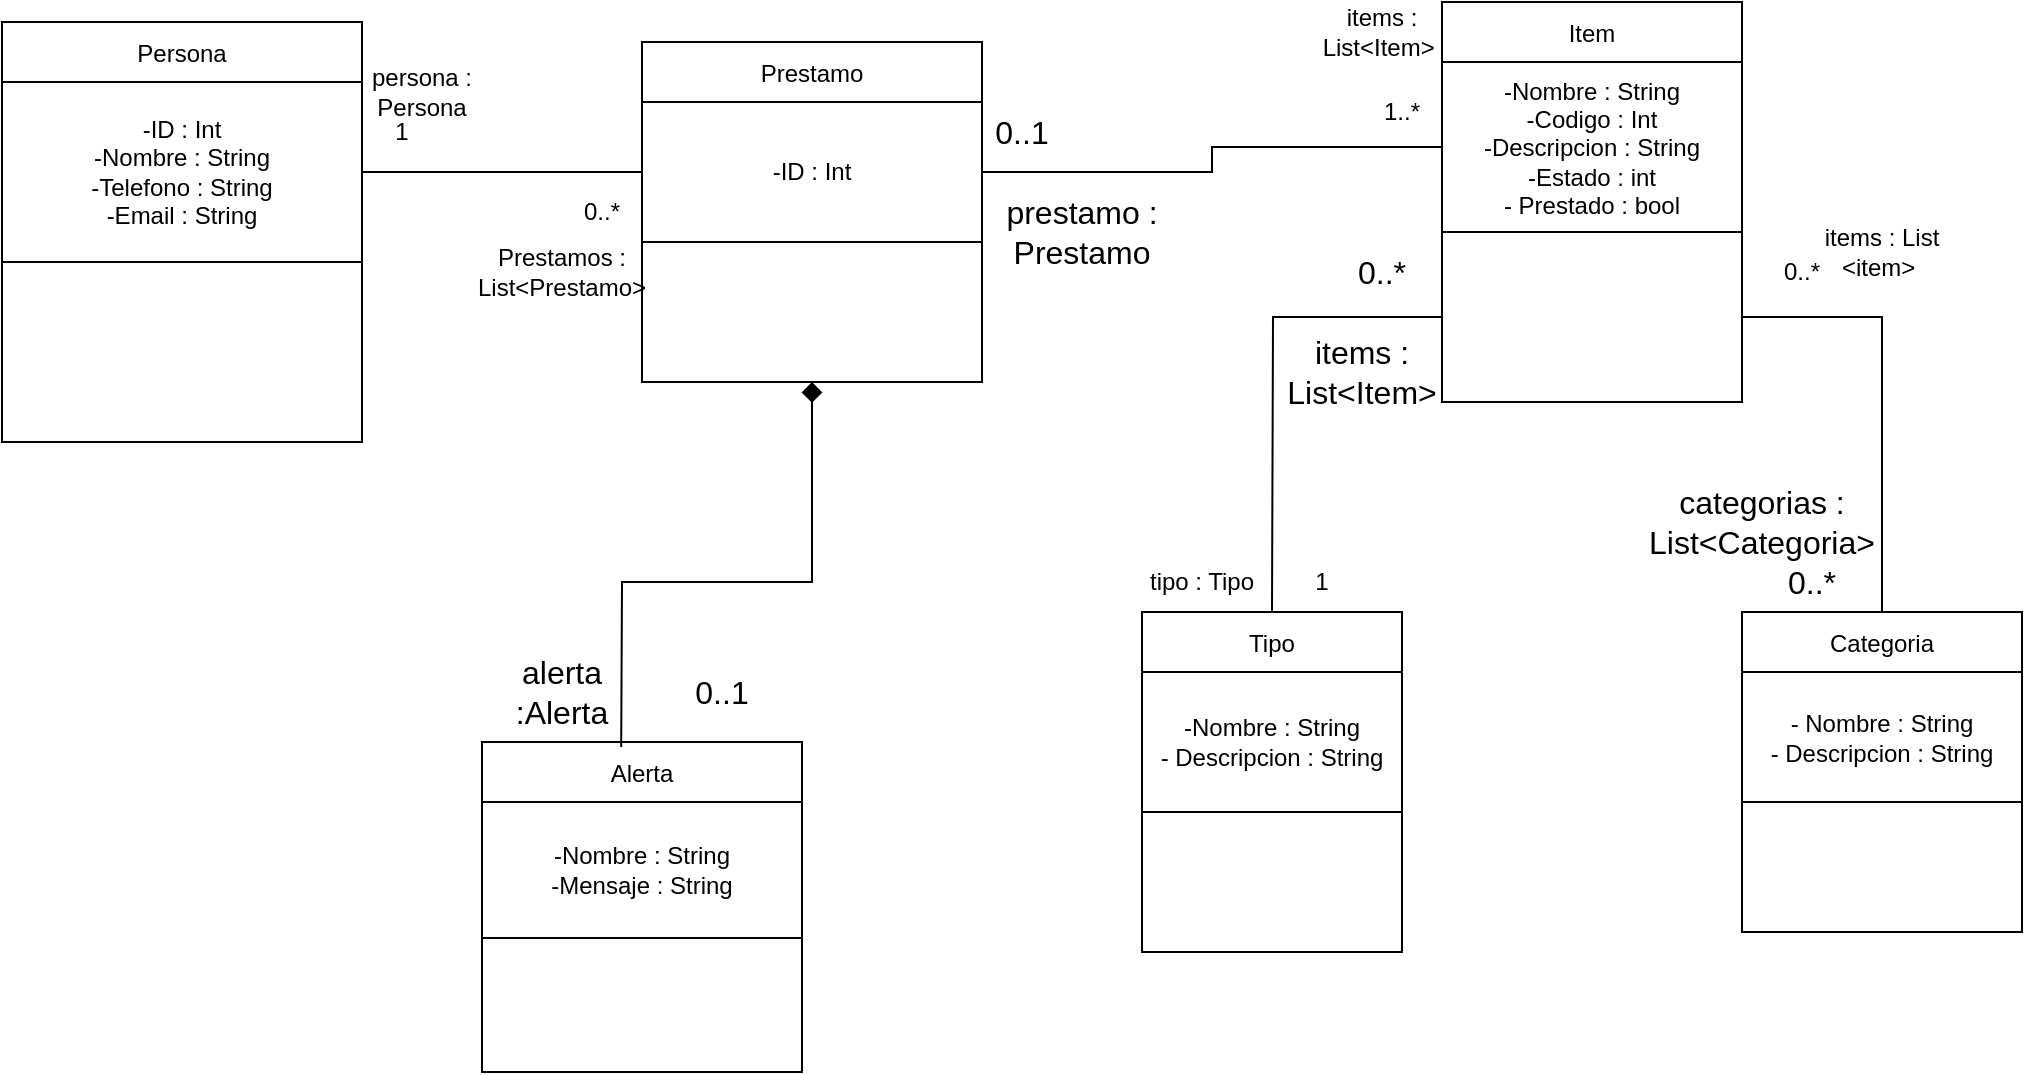
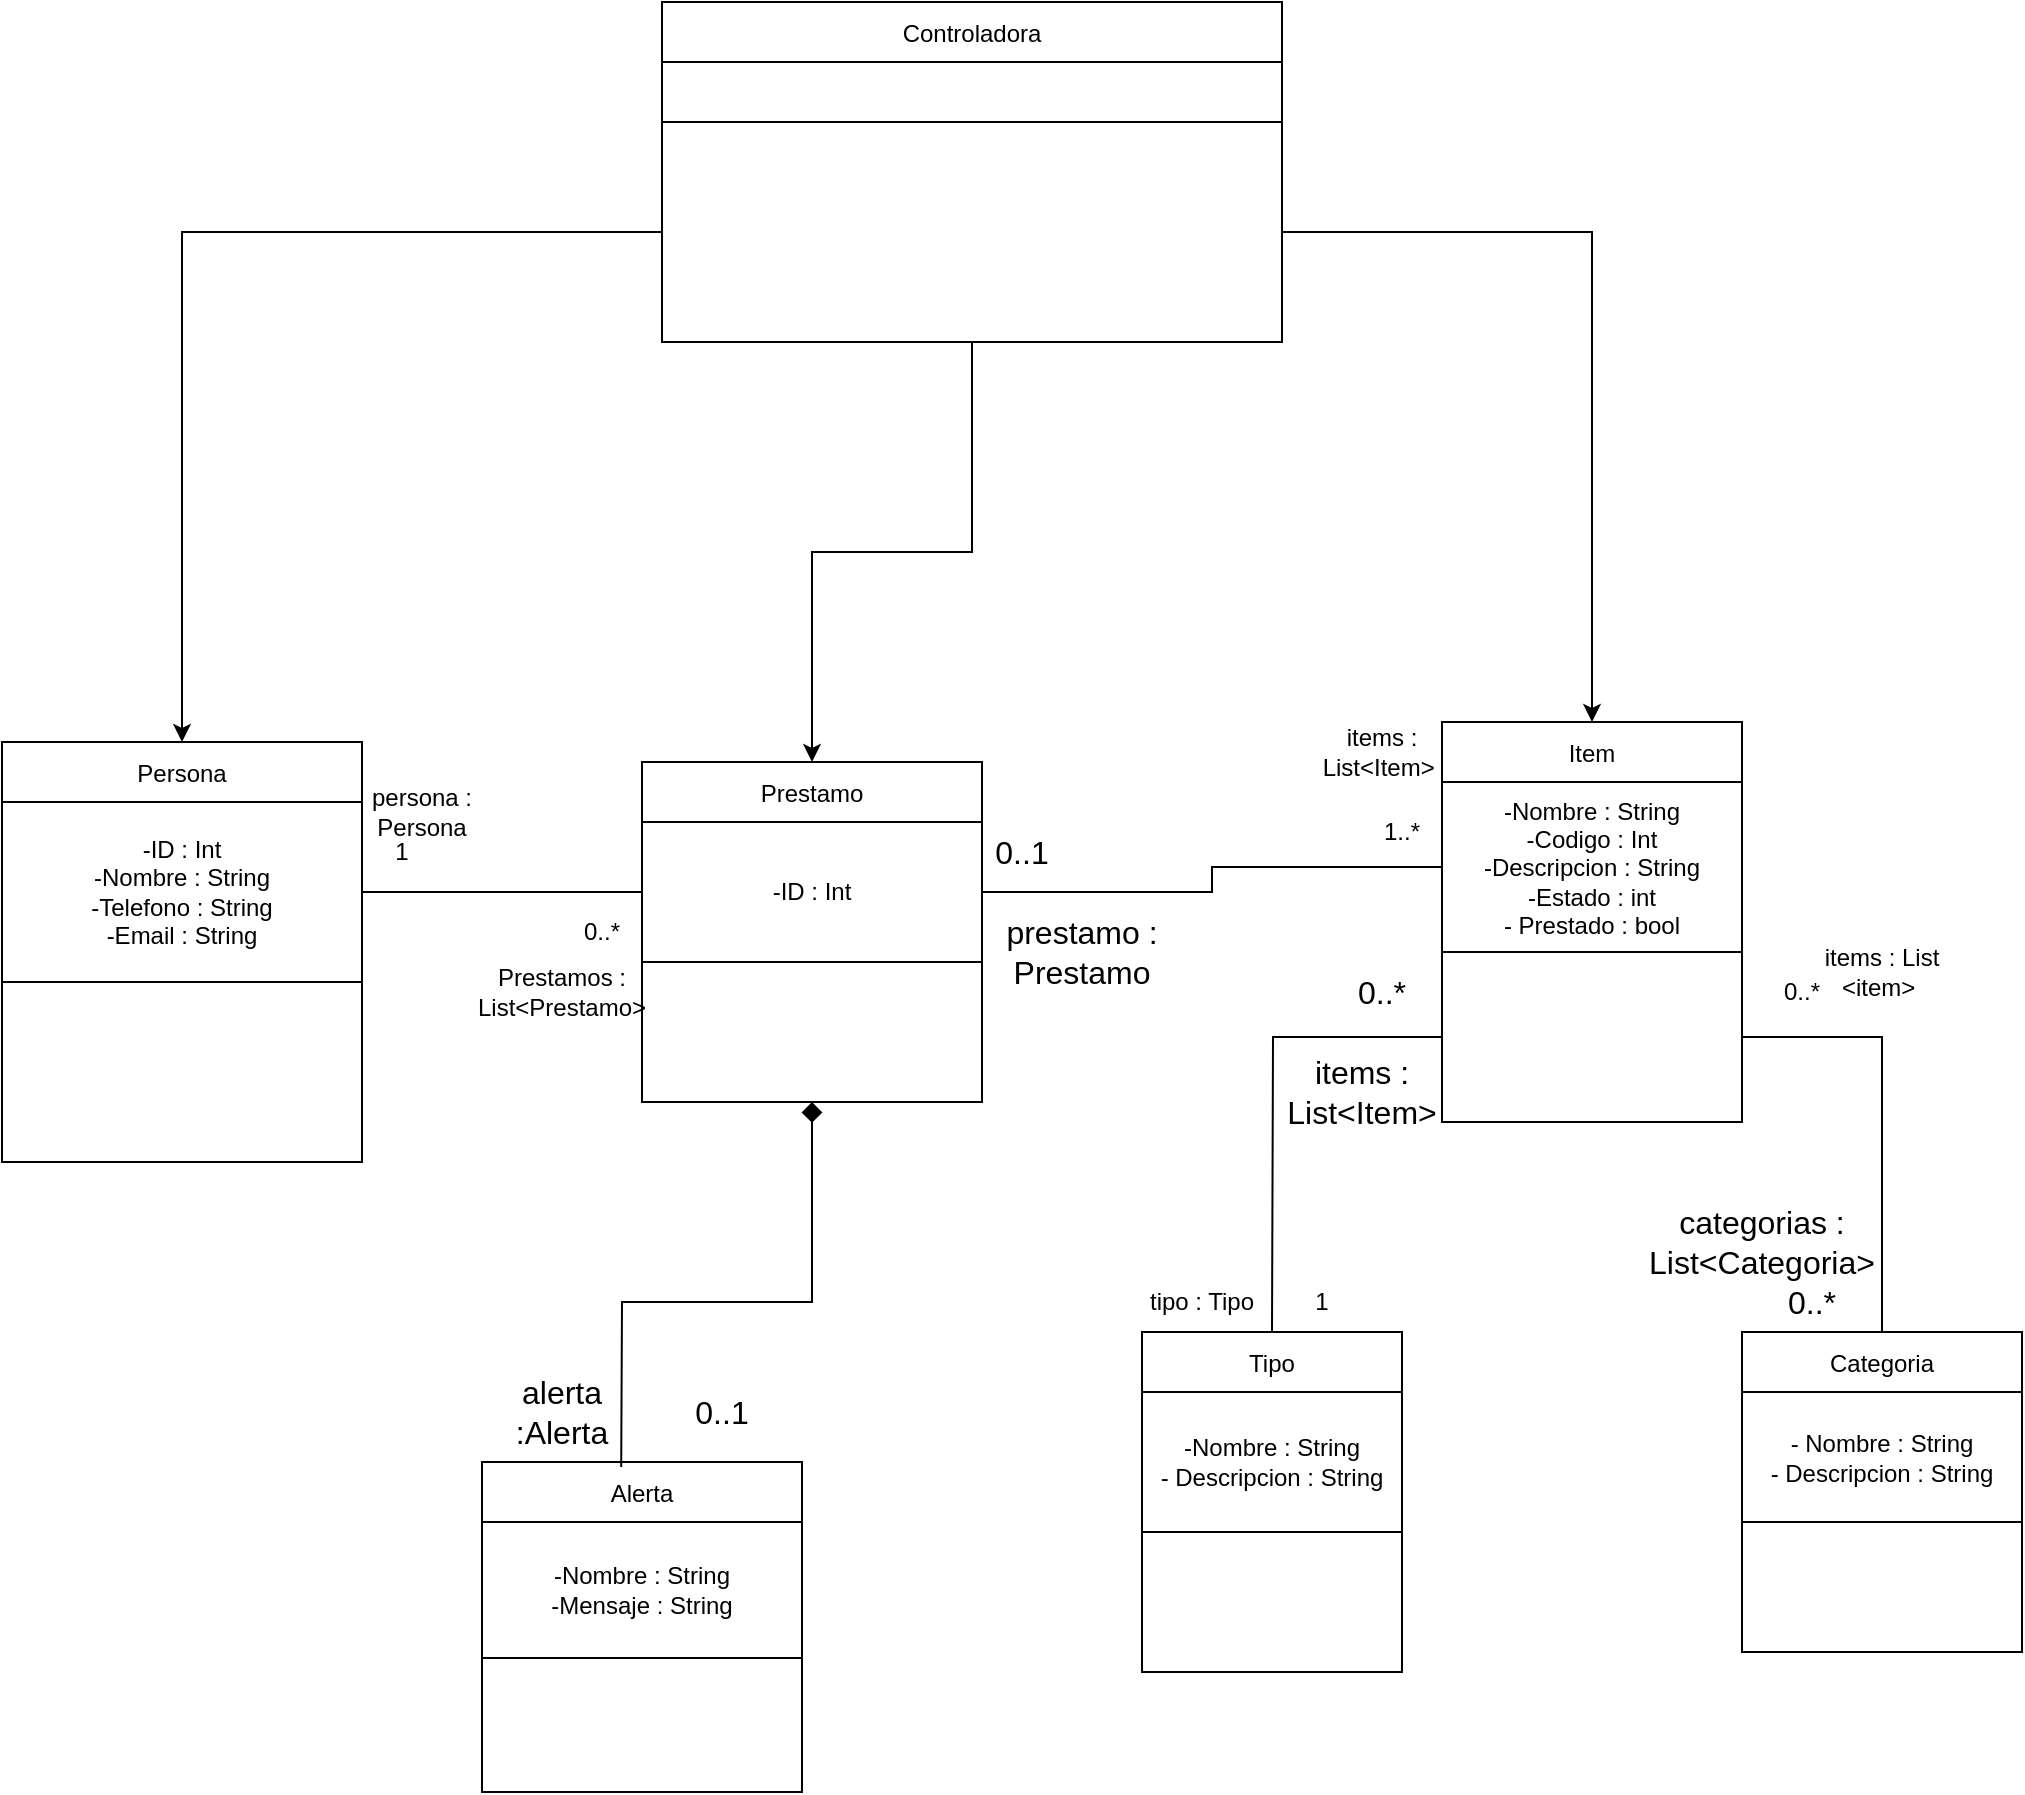
<mxfile host="app.diagrams.net">
  <diagram name="Página-1" id="gEKF-afSuJBGgSwqPxjD">
-     <mxGraphModel dx="1037" dy="571" grid="1" gridSize="10" guides="1" tooltips="1" connect="1" arrows="1" fold="1" page="1" pageScale="1" pageWidth="827" pageHeight="1169" math="0" shadow="0">
+     <mxGraphModel dx="1407" dy="1943" grid="1" gridSize="10" guides="1" tooltips="1" connect="1" arrows="1" fold="1" page="1" pageScale="1" pageWidth="827" pageHeight="1169" math="0" shadow="0">
      <root>
        <mxCell id="0" />
        <mxCell id="1" parent="0" />
        <mxCell id="4vyR8nRWui6VSePEdvpd-1" parent="1" style="shape=table;startSize=30;container=1;collapsible=0;childLayout=tableLayout;fixedHeader=1;" value="Item" vertex="1">
          <mxGeometry height="200" width="150" x="740" y="30" as="geometry" />
        </mxCell>
        <mxCell id="4vyR8nRWui6VSePEdvpd-2" parent="4vyR8nRWui6VSePEdvpd-1" style="shape=tableRow;horizontal=0;startSize=0;swimlaneHead=0;swimlaneBody=0;strokeColor=inherit;top=0;left=0;bottom=0;right=0;collapsible=0;dropTarget=0;fillColor=none;points=[[0,0.5],[1,0.5]];portConstraint=eastwest;fixedHeader=1;" value="" vertex="1">
          <mxGeometry height="85" width="150" y="30" as="geometry" />
        </mxCell>
        <mxCell id="4vyR8nRWui6VSePEdvpd-3" parent="4vyR8nRWui6VSePEdvpd-2" style="shape=partialRectangle;html=1;whiteSpace=wrap;connectable=0;strokeColor=inherit;overflow=hidden;fillColor=none;top=0;left=0;bottom=0;right=0;pointerEvents=1;" value="-Nombre : String&lt;div&gt;-Codigo : Int&lt;/div&gt;&lt;div&gt;-Descripcion : String&lt;br&gt;-Estado : int&lt;br&gt;- Prestado : bool&lt;/div&gt;" vertex="1">
          <mxGeometry height="85" width="150" as="geometry">
            <mxRectangle height="85" width="150" as="alternateBounds" />
          </mxGeometry>
        </mxCell>
        <mxCell id="4vyR8nRWui6VSePEdvpd-4" parent="4vyR8nRWui6VSePEdvpd-1" style="shape=tableRow;horizontal=0;startSize=0;swimlaneHead=0;swimlaneBody=0;strokeColor=inherit;top=0;left=0;bottom=0;right=0;collapsible=0;dropTarget=0;fillColor=none;points=[[0,0.5],[1,0.5]];portConstraint=eastwest;fixedHeader=1;" value="" vertex="1">
          <mxGeometry height="85" width="150" y="115" as="geometry" />
        </mxCell>
        <mxCell id="4vyR8nRWui6VSePEdvpd-5" parent="4vyR8nRWui6VSePEdvpd-4" style="shape=partialRectangle;html=1;whiteSpace=wrap;connectable=0;strokeColor=inherit;overflow=hidden;fillColor=none;top=0;left=0;bottom=0;right=0;pointerEvents=1;" value="" vertex="1">
          <mxGeometry height="85" width="150" as="geometry">
            <mxRectangle height="85" width="150" as="alternateBounds" />
          </mxGeometry>
        </mxCell>
        <mxCell id="4vyR8nRWui6VSePEdvpd-6" parent="1" style="shape=table;startSize=30;container=1;collapsible=0;childLayout=tableLayout;fixedHeader=1;" value="Persona" vertex="1">
          <mxGeometry height="210" width="180" x="20" y="40" as="geometry" />
        </mxCell>
        <mxCell id="4vyR8nRWui6VSePEdvpd-7" parent="4vyR8nRWui6VSePEdvpd-6" style="shape=tableRow;horizontal=0;startSize=0;swimlaneHead=0;swimlaneBody=0;strokeColor=inherit;top=0;left=0;bottom=0;right=0;collapsible=0;dropTarget=0;fillColor=none;points=[[0,0.5],[1,0.5]];portConstraint=eastwest;fixedHeader=1;" value="" vertex="1">
          <mxGeometry height="90" width="180" y="30" as="geometry" />
        </mxCell>
        <mxCell id="4vyR8nRWui6VSePEdvpd-8" parent="4vyR8nRWui6VSePEdvpd-7" style="shape=partialRectangle;html=1;whiteSpace=wrap;connectable=0;strokeColor=inherit;overflow=hidden;fillColor=none;top=0;left=0;bottom=0;right=0;pointerEvents=1;" value="-ID : Int&lt;div&gt;-Nombre : String&lt;br&gt;-Telefono : String&lt;br&gt;-Email : String&lt;/div&gt;" vertex="1">
          <mxGeometry height="90" width="180" as="geometry">
            <mxRectangle height="90" width="180" as="alternateBounds" />
          </mxGeometry>
        </mxCell>
        <mxCell id="4vyR8nRWui6VSePEdvpd-9" parent="4vyR8nRWui6VSePEdvpd-6" style="shape=tableRow;horizontal=0;startSize=0;swimlaneHead=0;swimlaneBody=0;strokeColor=inherit;top=0;left=0;bottom=0;right=0;collapsible=0;dropTarget=0;fillColor=none;points=[[0,0.5],[1,0.5]];portConstraint=eastwest;fixedHeader=1;" value="" vertex="1">
          <mxGeometry height="90" width="180" y="120" as="geometry" />
        </mxCell>
        <mxCell id="4vyR8nRWui6VSePEdvpd-10" parent="4vyR8nRWui6VSePEdvpd-9" style="shape=partialRectangle;html=1;whiteSpace=wrap;connectable=0;strokeColor=inherit;overflow=hidden;fillColor=none;top=0;left=0;bottom=0;right=0;pointerEvents=1;" value="" vertex="1">
          <mxGeometry height="90" width="180" as="geometry">
            <mxRectangle height="90" width="180" as="alternateBounds" />
          </mxGeometry>
        </mxCell>
        <mxCell id="4vyR8nRWui6VSePEdvpd-11" parent="1" style="shape=table;startSize=30;container=1;collapsible=0;childLayout=tableLayout;fixedHeader=1;" value="Tipo" vertex="1">
          <mxGeometry height="170" width="130" x="590" y="335" as="geometry" />
        </mxCell>
        <mxCell id="4vyR8nRWui6VSePEdvpd-12" parent="4vyR8nRWui6VSePEdvpd-11" style="shape=tableRow;horizontal=0;startSize=0;swimlaneHead=0;swimlaneBody=0;strokeColor=inherit;top=0;left=0;bottom=0;right=0;collapsible=0;dropTarget=0;fillColor=none;points=[[0,0.5],[1,0.5]];portConstraint=eastwest;fixedHeader=1;" value="" vertex="1">
          <mxGeometry height="70" width="130" y="30" as="geometry" />
        </mxCell>
        <mxCell id="4vyR8nRWui6VSePEdvpd-13" parent="4vyR8nRWui6VSePEdvpd-12" style="shape=partialRectangle;html=1;whiteSpace=wrap;connectable=0;strokeColor=inherit;overflow=hidden;fillColor=none;top=0;left=0;bottom=0;right=0;pointerEvents=1;" value="-Nombre : String&lt;br&gt;- Descripcion : String" vertex="1">
          <mxGeometry height="70" width="130" as="geometry">
            <mxRectangle height="70" width="130" as="alternateBounds" />
          </mxGeometry>
        </mxCell>
        <mxCell id="4vyR8nRWui6VSePEdvpd-14" parent="4vyR8nRWui6VSePEdvpd-11" style="shape=tableRow;horizontal=0;startSize=0;swimlaneHead=0;swimlaneBody=0;strokeColor=inherit;top=0;left=0;bottom=0;right=0;collapsible=0;dropTarget=0;fillColor=none;points=[[0,0.5],[1,0.5]];portConstraint=eastwest;fixedHeader=1;" value="" vertex="1">
          <mxGeometry height="70" width="130" y="100" as="geometry" />
        </mxCell>
        <mxCell id="4vyR8nRWui6VSePEdvpd-15" parent="4vyR8nRWui6VSePEdvpd-14" style="shape=partialRectangle;html=1;whiteSpace=wrap;connectable=0;strokeColor=inherit;overflow=hidden;fillColor=none;top=0;left=0;bottom=0;right=0;pointerEvents=1;" value="" vertex="1">
          <mxGeometry height="70" width="130" as="geometry">
            <mxRectangle height="70" width="130" as="alternateBounds" />
          </mxGeometry>
        </mxCell>
        <mxCell id="yxXcuck7RKNR2Met1NWS-10" edge="1" parent="1" source="4vyR8nRWui6VSePEdvpd-16" style="edgeStyle=orthogonalEdgeStyle;rounded=0;orthogonalLoop=1;jettySize=auto;html=1;entryX=1;entryY=0.5;entryDx=0;entryDy=0;endArrow=none;endFill=0;" target="4vyR8nRWui6VSePEdvpd-4">
          <mxGeometry relative="1" as="geometry">
            <mxPoint x="820" y="210" as="targetPoint" />
          </mxGeometry>
        </mxCell>
        <mxCell id="4vyR8nRWui6VSePEdvpd-16" parent="1" style="shape=table;startSize=30;container=1;collapsible=0;childLayout=tableLayout;fixedHeader=1;" value="Categoria" vertex="1">
          <mxGeometry height="160" width="140" x="890" y="335" as="geometry" />
        </mxCell>
        <mxCell id="4vyR8nRWui6VSePEdvpd-17" parent="4vyR8nRWui6VSePEdvpd-16" style="shape=tableRow;horizontal=0;startSize=0;swimlaneHead=0;swimlaneBody=0;strokeColor=inherit;top=0;left=0;bottom=0;right=0;collapsible=0;dropTarget=0;fillColor=none;points=[[0,0.5],[1,0.5]];portConstraint=eastwest;fixedHeader=1;" value="" vertex="1">
          <mxGeometry height="65" width="140" y="30" as="geometry" />
        </mxCell>
        <mxCell id="4vyR8nRWui6VSePEdvpd-18" parent="4vyR8nRWui6VSePEdvpd-17" style="shape=partialRectangle;html=1;whiteSpace=wrap;connectable=0;strokeColor=inherit;overflow=hidden;fillColor=none;top=0;left=0;bottom=0;right=0;pointerEvents=1;" value="- Nombre : String&lt;br&gt;- Descripcion : String" vertex="1">
          <mxGeometry height="65" width="140" as="geometry">
            <mxRectangle height="65" width="140" as="alternateBounds" />
          </mxGeometry>
        </mxCell>
        <mxCell id="4vyR8nRWui6VSePEdvpd-19" parent="4vyR8nRWui6VSePEdvpd-16" style="shape=tableRow;horizontal=0;startSize=0;swimlaneHead=0;swimlaneBody=0;strokeColor=inherit;top=0;left=0;bottom=0;right=0;collapsible=0;dropTarget=0;fillColor=none;points=[[0,0.5],[1,0.5]];portConstraint=eastwest;fixedHeader=1;" value="" vertex="1">
          <mxGeometry height="65" width="140" y="95" as="geometry" />
        </mxCell>
        <mxCell id="4vyR8nRWui6VSePEdvpd-20" parent="4vyR8nRWui6VSePEdvpd-19" style="shape=partialRectangle;html=1;whiteSpace=wrap;connectable=0;strokeColor=inherit;overflow=hidden;fillColor=none;top=0;left=0;bottom=0;right=0;pointerEvents=1;" value="" vertex="1">
          <mxGeometry height="65" width="140" as="geometry">
            <mxRectangle height="65" width="140" as="alternateBounds" />
          </mxGeometry>
        </mxCell>
        <mxCell id="4vyR8nRWui6VSePEdvpd-21" parent="1" style="shape=table;startSize=30;container=1;collapsible=0;childLayout=tableLayout;fixedHeader=1;" value="Prestamo" vertex="1">
          <mxGeometry height="170" width="170" x="340" y="50" as="geometry" />
        </mxCell>
        <mxCell id="4vyR8nRWui6VSePEdvpd-22" parent="4vyR8nRWui6VSePEdvpd-21" style="shape=tableRow;horizontal=0;startSize=0;swimlaneHead=0;swimlaneBody=0;strokeColor=inherit;top=0;left=0;bottom=0;right=0;collapsible=0;dropTarget=0;fillColor=none;points=[[0,0.5],[1,0.5]];portConstraint=eastwest;fixedHeader=1;" value="" vertex="1">
          <mxGeometry height="70" width="170" y="30" as="geometry" />
        </mxCell>
        <mxCell id="4vyR8nRWui6VSePEdvpd-23" parent="4vyR8nRWui6VSePEdvpd-22" style="shape=partialRectangle;html=1;whiteSpace=wrap;connectable=0;strokeColor=inherit;overflow=hidden;fillColor=none;top=0;left=0;bottom=0;right=0;pointerEvents=1;" value="-ID : Int" vertex="1">
          <mxGeometry height="70" width="170" as="geometry">
            <mxRectangle height="70" width="170" as="alternateBounds" />
          </mxGeometry>
        </mxCell>
        <mxCell id="4vyR8nRWui6VSePEdvpd-24" parent="4vyR8nRWui6VSePEdvpd-21" style="shape=tableRow;horizontal=0;startSize=0;swimlaneHead=0;swimlaneBody=0;strokeColor=inherit;top=0;left=0;bottom=0;right=0;collapsible=0;dropTarget=0;fillColor=none;points=[[0,0.5],[1,0.5]];portConstraint=eastwest;fixedHeader=1;" value="" vertex="1">
          <mxGeometry height="70" width="170" y="100" as="geometry" />
        </mxCell>
        <mxCell id="4vyR8nRWui6VSePEdvpd-25" parent="4vyR8nRWui6VSePEdvpd-24" style="shape=partialRectangle;html=1;whiteSpace=wrap;connectable=0;strokeColor=inherit;overflow=hidden;fillColor=none;top=0;left=0;bottom=0;right=0;pointerEvents=1;" value="" vertex="1">
          <mxGeometry height="70" width="170" as="geometry">
            <mxRectangle height="70" width="170" as="alternateBounds" />
          </mxGeometry>
        </mxCell>
        <mxCell id="yxXcuck7RKNR2Met1NWS-1" edge="1" parent="1" source="4vyR8nRWui6VSePEdvpd-22" style="edgeStyle=orthogonalEdgeStyle;rounded=0;orthogonalLoop=1;jettySize=auto;html=1;entryX=1;entryY=0.5;entryDx=0;entryDy=0;startArrow=none;startFill=0;endArrow=none;endFill=0;" target="4vyR8nRWui6VSePEdvpd-7">
          <mxGeometry relative="1" as="geometry" />
        </mxCell>
        <mxCell id="yxXcuck7RKNR2Met1NWS-2" parent="1" style="text;html=1;whiteSpace=wrap;strokeColor=none;fillColor=none;align=center;verticalAlign=middle;rounded=0;" value="persona : Persona" vertex="1">
          <mxGeometry height="30" width="60" x="200" y="60" as="geometry" />
        </mxCell>
        <mxCell id="yxXcuck7RKNR2Met1NWS-3" parent="1" style="text;html=1;whiteSpace=wrap;strokeColor=none;fillColor=none;align=center;verticalAlign=middle;rounded=0;" value="1" vertex="1">
          <mxGeometry height="30" width="60" x="190" y="80" as="geometry" />
        </mxCell>
        <mxCell id="yxXcuck7RKNR2Met1NWS-4" parent="1" style="text;html=1;whiteSpace=wrap;strokeColor=none;fillColor=none;align=center;verticalAlign=middle;rounded=0;" value="Prestamos : List&amp;lt;Prestamo&amp;gt;" vertex="1">
          <mxGeometry height="30" width="60" x="270" y="150" as="geometry" />
        </mxCell>
        <mxCell id="yxXcuck7RKNR2Met1NWS-5" parent="1" style="text;html=1;whiteSpace=wrap;strokeColor=none;fillColor=none;align=center;verticalAlign=middle;rounded=0;" value="0..*" vertex="1">
          <mxGeometry height="30" width="60" x="290" y="120" as="geometry" />
        </mxCell>
        <mxCell id="yxXcuck7RKNR2Met1NWS-6" edge="1" parent="1" source="4vyR8nRWui6VSePEdvpd-22" style="edgeStyle=orthogonalEdgeStyle;rounded=0;orthogonalLoop=1;jettySize=auto;html=1;endArrow=none;endFill=0;exitX=1;exitY=0.5;exitDx=0;exitDy=0;" target="4vyR8nRWui6VSePEdvpd-2">
          <mxGeometry relative="1" as="geometry">
            <mxPoint x="600.0000000000002" y="114.99999999999989" as="sourcePoint" />
          </mxGeometry>
        </mxCell>
        <mxCell id="yxXcuck7RKNR2Met1NWS-7" parent="1" style="text;html=1;whiteSpace=wrap;strokeColor=none;fillColor=none;align=center;verticalAlign=middle;rounded=0;" value="items : List&amp;lt;Item&amp;gt;&amp;nbsp;" vertex="1">
          <mxGeometry height="30" width="60" x="680" y="30" as="geometry" />
        </mxCell>
        <mxCell id="yxXcuck7RKNR2Met1NWS-8" parent="1" style="text;html=1;whiteSpace=wrap;strokeColor=none;fillColor=none;align=center;verticalAlign=middle;rounded=0;" value="1..*" vertex="1">
          <mxGeometry height="30" width="60" x="690" y="70" as="geometry" />
        </mxCell>
        <mxCell id="yxXcuck7RKNR2Met1NWS-9" edge="1" parent="1" source="4vyR8nRWui6VSePEdvpd-4" style="edgeStyle=orthogonalEdgeStyle;rounded=0;orthogonalLoop=1;jettySize=auto;html=1;entryX=0.5;entryY=0;entryDx=0;entryDy=0;endArrow=none;endFill=0;">
          <mxGeometry relative="1" as="geometry">
            <mxPoint x="655.0000000000002" y="335" as="targetPoint" />
          </mxGeometry>
        </mxCell>
        <mxCell id="yxXcuck7RKNR2Met1NWS-11" parent="1" style="text;html=1;whiteSpace=wrap;strokeColor=none;fillColor=none;align=center;verticalAlign=middle;rounded=0;" value="tipo : Tipo" vertex="1">
          <mxGeometry height="30" width="60" x="590" y="305" as="geometry" />
        </mxCell>
        <mxCell id="yxXcuck7RKNR2Met1NWS-12" parent="1" style="text;html=1;whiteSpace=wrap;strokeColor=none;fillColor=none;align=center;verticalAlign=middle;rounded=0;" value="1" vertex="1">
          <mxGeometry height="30" width="60" x="650" y="305" as="geometry" />
        </mxCell>
        <mxCell id="yxXcuck7RKNR2Met1NWS-13" parent="1" style="text;html=1;whiteSpace=wrap;strokeColor=none;fillColor=none;align=center;verticalAlign=middle;rounded=0;" value="&lt;span style=&quot;background-color: transparent; color: light-dark(rgb(0, 0, 0), rgb(255, 255, 255));&quot;&gt;items :&amp;nbsp;&lt;/span&gt;List &amp;lt;item&lt;span style=&quot;color: light-dark(rgb(0, 0, 0), rgb(255, 255, 255)); background-color: transparent;&quot;&gt;&amp;gt;&amp;nbsp;&lt;/span&gt;" vertex="1">
          <mxGeometry height="30" width="60" x="930" y="140" as="geometry" />
        </mxCell>
        <mxCell id="yxXcuck7RKNR2Met1NWS-14" parent="1" style="text;html=1;whiteSpace=wrap;strokeColor=none;fillColor=none;align=center;verticalAlign=middle;rounded=0;" value="0..*" vertex="1">
          <mxGeometry height="30" width="60" x="890" y="150" as="geometry" />
        </mxCell>
        <mxCell id="rHPK8QVkW1MpjsA3PCO0-1" parent="1" style="text;html=1;whiteSpace=wrap;strokeColor=none;fillColor=none;align=center;verticalAlign=middle;rounded=0;fontSize=16;" value="categorias : List&amp;lt;Categoria&amp;gt;" vertex="1">
          <mxGeometry height="60" width="100" x="850" y="260" as="geometry" />
        </mxCell>
        <mxCell id="rHPK8QVkW1MpjsA3PCO0-2" parent="1" style="text;html=1;whiteSpace=wrap;strokeColor=none;fillColor=none;align=center;verticalAlign=middle;rounded=0;fontSize=16;" value="0..*" vertex="1">
          <mxGeometry height="30" width="70" x="890" y="305" as="geometry" />
        </mxCell>
        <mxCell id="rHPK8QVkW1MpjsA3PCO0-3" parent="1" style="text;html=1;whiteSpace=wrap;strokeColor=none;fillColor=none;align=center;verticalAlign=middle;rounded=0;fontSize=16;" value="items : List&amp;lt;Item&amp;gt;" vertex="1">
          <mxGeometry height="30" width="60" x="670" y="200" as="geometry" />
        </mxCell>
        <mxCell id="rHPK8QVkW1MpjsA3PCO0-4" parent="1" style="text;html=1;whiteSpace=wrap;strokeColor=none;fillColor=none;align=center;verticalAlign=middle;rounded=0;fontSize=16;" value="0..*" vertex="1">
          <mxGeometry height="30" width="60" x="680" y="150" as="geometry" />
        </mxCell>
        <mxCell id="rHPK8QVkW1MpjsA3PCO0-5" parent="1" style="shape=table;startSize=30;container=1;collapsible=0;childLayout=tableLayout;fixedHeader=1;" value="Alerta" vertex="1">
          <mxGeometry height="165" width="160" x="260" y="400" as="geometry" />
        </mxCell>
        <mxCell id="rHPK8QVkW1MpjsA3PCO0-6" parent="rHPK8QVkW1MpjsA3PCO0-5" style="shape=tableRow;horizontal=0;startSize=0;swimlaneHead=0;swimlaneBody=0;strokeColor=inherit;top=0;left=0;bottom=0;right=0;collapsible=0;dropTarget=0;fillColor=none;points=[[0,0.5],[1,0.5]];portConstraint=eastwest;fixedHeader=1;" value="" vertex="1">
          <mxGeometry height="68" width="160" y="30" as="geometry" />
        </mxCell>
        <mxCell id="rHPK8QVkW1MpjsA3PCO0-7" parent="rHPK8QVkW1MpjsA3PCO0-6" style="shape=partialRectangle;html=1;whiteSpace=wrap;connectable=0;strokeColor=inherit;overflow=hidden;fillColor=none;top=0;left=0;bottom=0;right=0;pointerEvents=1;" value="-Nombre : String&lt;br&gt;-Mensaje : String" vertex="1">
          <mxGeometry height="68" width="160" as="geometry">
            <mxRectangle height="68" width="160" as="alternateBounds" />
          </mxGeometry>
        </mxCell>
        <mxCell id="rHPK8QVkW1MpjsA3PCO0-8" parent="rHPK8QVkW1MpjsA3PCO0-5" style="shape=tableRow;horizontal=0;startSize=0;swimlaneHead=0;swimlaneBody=0;strokeColor=inherit;top=0;left=0;bottom=0;right=0;collapsible=0;dropTarget=0;fillColor=none;points=[[0,0.5],[1,0.5]];portConstraint=eastwest;fixedHeader=1;" value="" vertex="1">
          <mxGeometry height="67" width="160" y="98" as="geometry" />
        </mxCell>
        <mxCell id="rHPK8QVkW1MpjsA3PCO0-9" parent="rHPK8QVkW1MpjsA3PCO0-8" style="shape=partialRectangle;html=1;whiteSpace=wrap;connectable=0;strokeColor=inherit;overflow=hidden;fillColor=none;top=0;left=0;bottom=0;right=0;pointerEvents=1;" value="" vertex="1">
          <mxGeometry height="67" width="160" as="geometry">
            <mxRectangle height="67" width="160" as="alternateBounds" />
          </mxGeometry>
        </mxCell>
        <mxCell id="rHPK8QVkW1MpjsA3PCO0-10" edge="1" parent="1" source="4vyR8nRWui6VSePEdvpd-21" style="edgeStyle=none;curved=0;rounded=0;orthogonalLoop=1;jettySize=auto;html=1;fontSize=12;startSize=8;endSize=8;entryX=0.435;entryY=0.015;entryDx=0;entryDy=0;entryPerimeter=0;endArrow=none;endFill=0;startArrow=diamond;startFill=1;" target="rHPK8QVkW1MpjsA3PCO0-5">
          <mxGeometry relative="1" as="geometry">
            <Array as="points">
              <mxPoint x="425" y="320" />
              <mxPoint x="330" y="320" />
            </Array>
            <mxPoint x="390" y="400" as="targetPoint" />
          </mxGeometry>
        </mxCell>
        <mxCell id="rHPK8QVkW1MpjsA3PCO0-11" parent="1" style="text;html=1;whiteSpace=wrap;strokeColor=none;fillColor=none;align=center;verticalAlign=middle;rounded=0;fontSize=16;" value="alerta :Alerta" vertex="1">
          <mxGeometry height="30" width="60" x="270" y="360" as="geometry" />
        </mxCell>
        <mxCell id="rHPK8QVkW1MpjsA3PCO0-12" parent="1" style="text;html=1;whiteSpace=wrap;strokeColor=none;fillColor=none;align=center;verticalAlign=middle;rounded=0;fontSize=16;" value="0..1" vertex="1">
          <mxGeometry height="30" width="60" x="350" y="360" as="geometry" />
        </mxCell>
        <mxCell id="rHPK8QVkW1MpjsA3PCO0-17" parent="1" style="text;html=1;whiteSpace=wrap;strokeColor=none;fillColor=none;align=center;verticalAlign=middle;rounded=0;fontSize=16;" value="0..1" vertex="1">
          <mxGeometry height="30" width="60" x="500" y="80" as="geometry" />
        </mxCell>
        <mxCell id="rHPK8QVkW1MpjsA3PCO0-18" parent="1" style="text;html=1;whiteSpace=wrap;strokeColor=none;fillColor=none;align=center;verticalAlign=middle;rounded=0;fontSize=16;" value="prestamo : Prestamo" vertex="1">
          <mxGeometry height="30" width="80" x="520" y="130" as="geometry" />
        </mxCell>
+         <mxCell id="lASjGSZTduiQM0AYBGc9-7" edge="1" parent="1" source="lASjGSZTduiQM0AYBGc9-1" style="edgeStyle=orthogonalEdgeStyle;rounded=0;orthogonalLoop=1;jettySize=auto;html=1;entryX=0.5;entryY=0;entryDx=0;entryDy=0;" target="4vyR8nRWui6VSePEdvpd-21">
+           <mxGeometry relative="1" as="geometry" />
+         </mxCell>
+         <mxCell id="lASjGSZTduiQM0AYBGc9-1" parent="1" style="shape=table;startSize=30;container=1;collapsible=0;childLayout=tableLayout;fixedHeader=1;" value="Controladora" vertex="1">
+           <mxGeometry height="170" width="310" x="350" y="-330" as="geometry" />
+         </mxCell>
+         <mxCell id="lASjGSZTduiQM0AYBGc9-2" parent="lASjGSZTduiQM0AYBGc9-1" style="shape=tableRow;horizontal=0;startSize=0;swimlaneHead=0;swimlaneBody=0;strokeColor=inherit;top=0;left=0;bottom=0;right=0;collapsible=0;dropTarget=0;fillColor=none;points=[[0,0.5],[1,0.5]];portConstraint=eastwest;fixedHeader=1;" value="" vertex="1">
+           <mxGeometry height="30" width="310" y="30" as="geometry" />
+         </mxCell>
+         <mxCell id="lASjGSZTduiQM0AYBGc9-3" parent="lASjGSZTduiQM0AYBGc9-2" style="shape=partialRectangle;html=1;whiteSpace=wrap;connectable=0;strokeColor=inherit;overflow=hidden;fillColor=none;top=0;left=0;bottom=0;right=0;pointerEvents=1;" value="" vertex="1">
+           <mxGeometry height="30" width="310" as="geometry">
+             <mxRectangle height="30" width="310" as="alternateBounds" />
+           </mxGeometry>
+         </mxCell>
+         <mxCell id="lASjGSZTduiQM0AYBGc9-4" parent="lASjGSZTduiQM0AYBGc9-1" style="shape=tableRow;horizontal=0;startSize=0;swimlaneHead=0;swimlaneBody=0;strokeColor=inherit;top=0;left=0;bottom=0;right=0;collapsible=0;dropTarget=0;fillColor=none;points=[[0,0.5],[1,0.5]];portConstraint=eastwest;fixedHeader=1;" value="" vertex="1">
+           <mxGeometry height="110" width="310" y="60" as="geometry" />
+         </mxCell>
+         <mxCell id="lASjGSZTduiQM0AYBGc9-5" parent="lASjGSZTduiQM0AYBGc9-4" style="shape=partialRectangle;html=1;whiteSpace=wrap;connectable=0;strokeColor=inherit;overflow=hidden;fillColor=none;top=0;left=0;bottom=0;right=0;pointerEvents=1;" value="" vertex="1">
+           <mxGeometry height="110" width="310" as="geometry">
+             <mxRectangle height="110" width="310" as="alternateBounds" />
+           </mxGeometry>
+         </mxCell>
+         <mxCell id="lASjGSZTduiQM0AYBGc9-6" edge="1" parent="1" source="lASjGSZTduiQM0AYBGc9-4" style="edgeStyle=orthogonalEdgeStyle;rounded=0;orthogonalLoop=1;jettySize=auto;html=1;entryX=0.5;entryY=0;entryDx=0;entryDy=0;" target="4vyR8nRWui6VSePEdvpd-6">
+           <mxGeometry relative="1" as="geometry" />
+         </mxCell>
+         <mxCell id="lASjGSZTduiQM0AYBGc9-8" edge="1" parent="1" source="lASjGSZTduiQM0AYBGc9-4" style="edgeStyle=orthogonalEdgeStyle;rounded=0;orthogonalLoop=1;jettySize=auto;html=1;entryX=0.5;entryY=0;entryDx=0;entryDy=0;" target="4vyR8nRWui6VSePEdvpd-1">
+           <mxGeometry relative="1" as="geometry" />
+         </mxCell>
      </root>
    </mxGraphModel>
  </diagram>
</mxfile>
